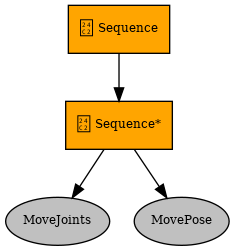
Before: scripts/sequence.png, a diagram exported from Graphviz (aleada23/my_franka_node). Its source is kept beside it as scripts/sequence.dot. Source of this version:
```dot
digraph pastafarianism {
ordering=out;
graph [fontname="times-roman"];
node [fontname="times-roman"];
edge [fontname="times-roman"];
Sequence [fillcolor=orange, fontcolor=black, fontsize=9, label="Ⓜ Sequence", shape=box, style=filled];
"Sequence*" [fillcolor=orange, fontcolor=black, fontsize=9, label="Ⓜ Sequence*", shape=box, style=filled];
Sequence -> "Sequence*";
MoveJoints [fillcolor=gray, fontcolor=black, fontsize=9, label=MoveJoints, shape=ellipse, style=filled];
"Sequence*" -> MoveJoints;
MovePose [fillcolor=gray, fontcolor=black, fontsize=9, label=MovePose, shape=ellipse, style=filled];
"Sequence*" -> MovePose;
}
```
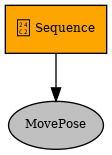
After the change.

Change to the diagram source:
```diff
@@ -4,10 +4,6 @@
 node [fontname="times-roman"];
 edge [fontname="times-roman"];
 Sequence [fillcolor=orange, fontcolor=black, fontsize=9, label="Ⓜ Sequence", shape=box, style=filled];
-"Sequence*" [fillcolor=orange, fontcolor=black, fontsize=9, label="Ⓜ Sequence*", shape=box, style=filled];
-Sequence -> "Sequence*";
-MoveJoints [fillcolor=gray, fontcolor=black, fontsize=9, label=MoveJoints, shape=ellipse, style=filled];
-"Sequence*" -> MoveJoints;
 MovePose [fillcolor=gray, fontcolor=black, fontsize=9, label=MovePose, shape=ellipse, style=filled];
-"Sequence*" -> MovePose;
+Sequence -> MovePose;
 }
```
